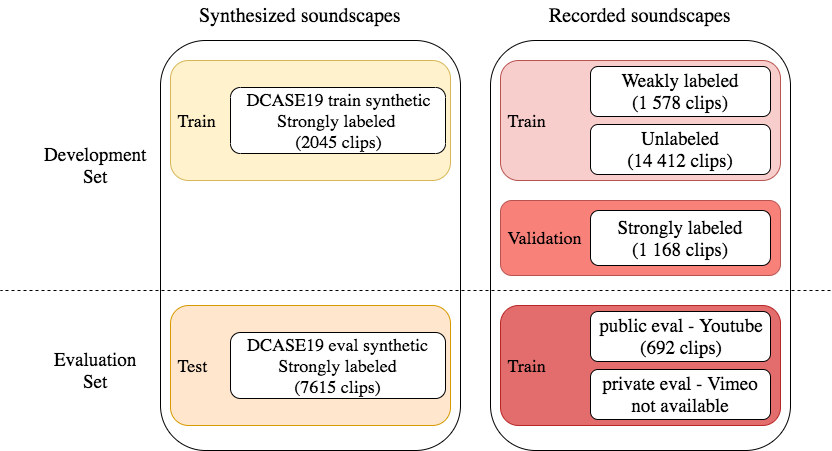
Earlier version of the draw.io export img/DESED_dcase2019.png (turpaultn/DESED). Source tidied: cells renumbered, new cells last; positions are measured from the earlier drawing's top-left corner, leaving out a move shared by most shapes.
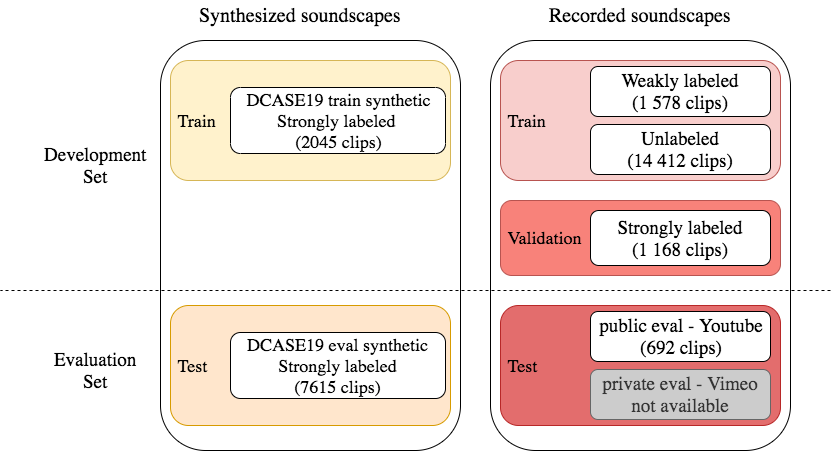
Later version of the same file.

Diff of the diagram source:
```diff
@@ -5,7 +5,7 @@
     <mxCell id="2" style="rounded=1;whiteSpace=wrap;html=1;fontSize=19;align=left;fontFamily=source sans pro;" parent="1" vertex="1">
       <mxGeometry x="490" y="40" width="300" height="410" as="geometry" />
     </mxCell>
-    <mxCell id="3" value="&amp;nbsp;Train" style="rounded=1;whiteSpace=wrap;html=1;fontSize=18;align=left;verticalAlign=middle;fillColor=#E36D6D;strokeColor=#B82828;fontFamily=source sans pro;" parent="1" vertex="1">
+    <mxCell id="3" value="&amp;nbsp;Test" style="rounded=1;whiteSpace=wrap;html=1;fontSize=18;align=left;verticalAlign=middle;fillColor=#E36D6D;strokeColor=#B82828;fontFamily=source sans pro;" parent="1" vertex="1">
       <mxGeometry x="500" y="305" width="280" height="120" as="geometry" />
     </mxCell>
     <mxCell id="4" value="&amp;nbsp;Validation" style="rounded=1;whiteSpace=wrap;html=1;fontSize=18;align=left;verticalAlign=middle;fillColor=#F8827A;strokeColor=#b85450;fontFamily=source sans pro;" parent="1" vertex="1">
@@ -41,7 +41,7 @@
     <mxCell id="14" value="DCASE19 train synthetic&lt;br&gt;Strongly labeled &lt;br&gt;(2045 clips)" style="rounded=1;whiteSpace=wrap;html=1;fontSize=18;align=center;fontFamily=source sans pro;FType=w;" parent="1" vertex="1">
       <mxGeometry x="230" y="87" width="215" height="66" as="geometry" />
     </mxCell>
-    <mxCell id="15" value="private eval - Vimeo not available" style="rounded=1;whiteSpace=wrap;html=1;fontSize=19;fontFamily=source sans pro;" parent="1" vertex="1">
+    <mxCell id="15" value="private eval - Vimeo not available" style="rounded=1;whiteSpace=wrap;html=1;fontSize=19;fontFamily=source sans pro;fillColor=#CCCCCC;strokeColor=#666666;fontColor=#333333;" parent="1" vertex="1">
       <mxGeometry x="590" y="369" width="180" height="50" as="geometry" />
     </mxCell>
     <mxCell id="16" value="Development&lt;br&gt;Set" style="text;html=1;align=center;verticalAlign=middle;fontSize=19;fontFamily=source sans pro;" parent="1" vertex="1">
```
